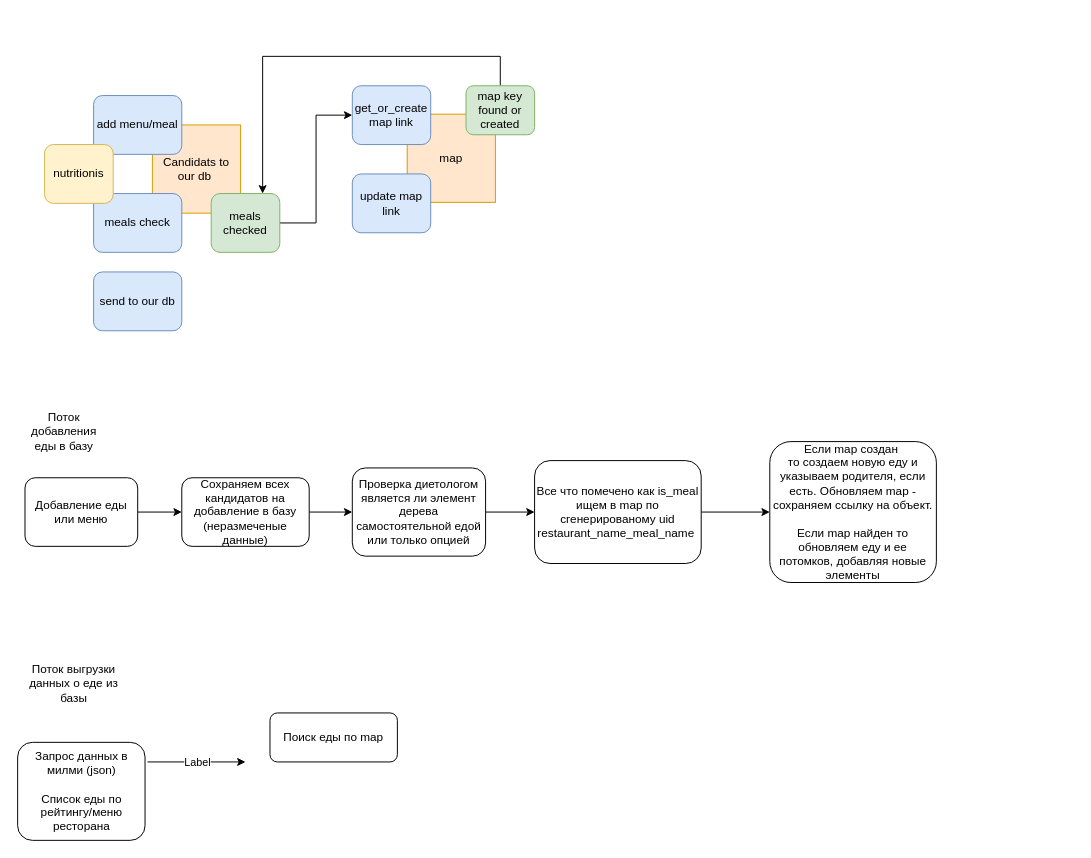
Above: mealme_input_maping.drawio in RXcor/mealmeflow (draw.io), before the change. Source tidied: cells renumbered, new cells numbered last; positions are measured from the earlier drawing's top-left corner, leaving out a move shared by most shapes. Both pictures are drawn from the tidied source at 98%, with x=0, y=0 at pixel (17, 56).
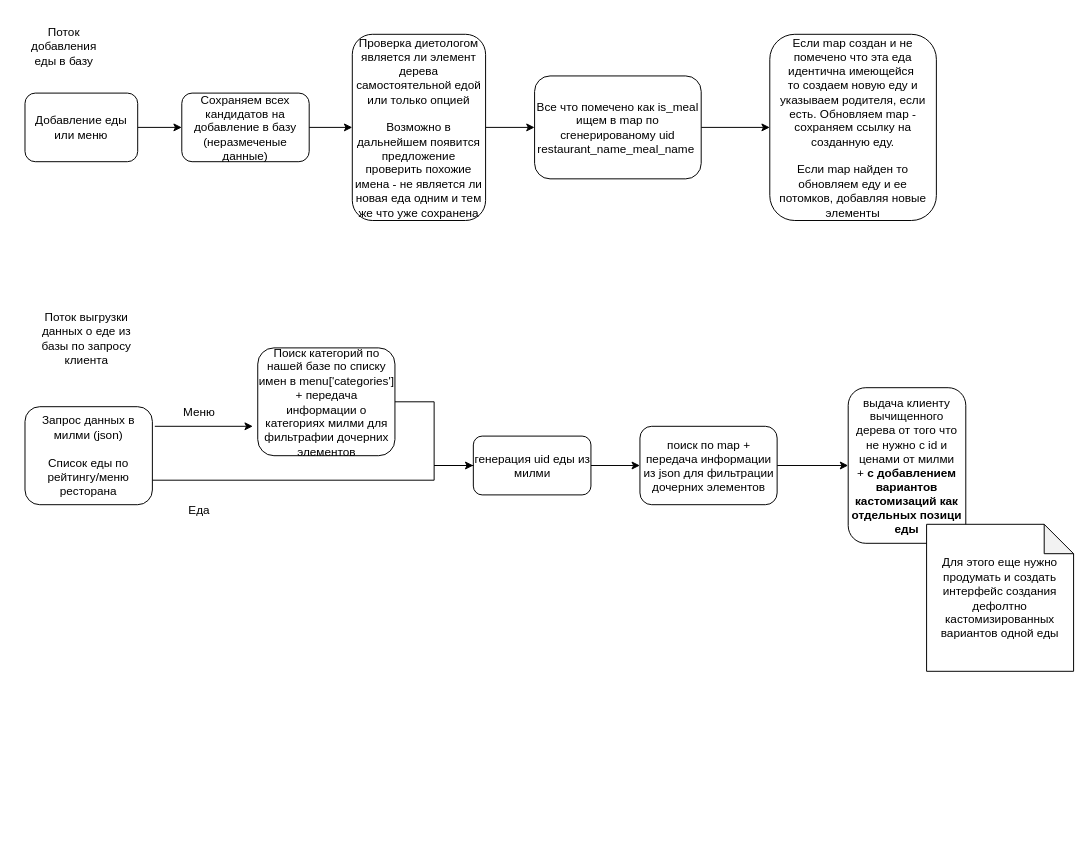
The same page after the edit.

The edit, as a diff of the source:
```diff
@@
-    <mxCell id="2" value="Candidats to our db&amp;nbsp;" style="whiteSpace=wrap;html=1;fillColor=#ffe6cc;strokeColor=#d79b00;" parent="1" vertex="1">
-      <mxGeometry x="138" y="70" width="90" height="90" as="geometry" />
-    </mxCell>
-    <mxCell id="3" value="add menu/meal" style="rounded=1;whiteSpace=wrap;html=1;fillColor=#dae8fc;strokeColor=#6c8ebf;" parent="1" vertex="1">
-      <mxGeometry x="78" y="40" width="90" height="60" as="geometry" />
-    </mxCell>
-    <mxCell id="4" style="edgeStyle=orthogonalEdgeStyle;rounded=0;jettySize=auto;html=1;entryX=0;entryY=0.5;entryDx=0;entryDy=0;" parent="1" edge="1" source="5" target="8">
-      <mxGeometry relative="1" as="geometry" />
-    </mxCell>
-    <mxCell id="5" value="meals checked" style="rounded=1;whiteSpace=wrap;html=1;fillColor=#d5e8d4;strokeColor=#82b366;" parent="1" vertex="1">
-      <mxGeometry x="198" y="140" width="70" height="60" as="geometry" />
-    </mxCell>
-    <mxCell id="6" value="meals check" style="rounded=1;whiteSpace=wrap;html=1;fillColor=#dae8fc;strokeColor=#6c8ebf;" parent="1" vertex="1">
-      <mxGeometry x="78" y="140" width="90" height="60" as="geometry" />
-    </mxCell>
-    <mxCell id="7" value="map" style="whiteSpace=wrap;html=1;fillColor=#ffe6cc;strokeColor=#d79b00;" parent="1" vertex="1">
-      <mxGeometry x="398" y="59" width="90" height="90" as="geometry" />
-    </mxCell>
-    <mxCell id="8" value="get_or_create map link" style="rounded=1;whiteSpace=wrap;html=1;fillColor=#dae8fc;strokeColor=#6c8ebf;" parent="1" vertex="1">
-      <mxGeometry x="342" y="30" width="80" height="60" as="geometry" />
-    </mxCell>
-    <mxCell id="9" style="edgeStyle=orthogonalEdgeStyle;rounded=0;orthogonalLoop=1;jettySize=auto;html=1;exitX=0.5;exitY=1;exitDx=0;exitDy=0;" parent="1" edge="1" source="8" target="8">
-      <mxGeometry relative="1" as="geometry" />
-    </mxCell>
-    <mxCell id="10" value="nutritionis" style="rounded=1;whiteSpace=wrap;html=1;fillColor=#fff2cc;strokeColor=#d6b656;" parent="1" vertex="1">
-      <mxGeometry x="28" y="90" width="70" height="60" as="geometry" />
-    </mxCell>
-    <mxCell id="11" style="edgeStyle=orthogonalEdgeStyle;rounded=0;jettySize=auto;html=1;entryX=0.75;entryY=0;entryDx=0;entryDy=0;" parent="1" edge="1" source="12" target="5">
-      <mxGeometry relative="1" as="geometry">
-        <Array as="points">
-          <mxPoint x="493" />
-          <mxPoint x="251" />
-        </Array>
-      </mxGeometry>
-    </mxCell>
-    <mxCell id="12" value="map key found or created" style="rounded=1;whiteSpace=wrap;html=1;fillColor=#d5e8d4;strokeColor=#82b366;" parent="1" vertex="1">
-      <mxGeometry x="458" y="30" width="70" height="50" as="geometry" />
-    </mxCell>
-    <mxCell id="13" value="send to our db" style="rounded=1;whiteSpace=wrap;html=1;fillColor=#dae8fc;strokeColor=#6c8ebf;" parent="1" vertex="1">
-      <mxGeometry x="78" y="220" width="90" height="60" as="geometry" />
-    </mxCell>
-    <mxCell id="14" value="update map link" style="rounded=1;whiteSpace=wrap;html=1;fillColor=#dae8fc;strokeColor=#6c8ebf;" parent="1" vertex="1">
-      <mxGeometry x="342" y="120" width="80" height="60" as="geometry" />
-    </mxCell>
@@
     <mxCell id="16" value="Добавление еды или меню" style="rounded=1;whiteSpace=wrap;html=1;" parent="1" vertex="1">
-      <mxGeometry x="8" y="430" width="115" height="70" as="geometry" />
+      <mxGeometry x="8" y="37.5" width="115" height="70" as="geometry" />
     </mxCell>
     <mxCell id="17" value="Сохраняем всех кандидатов на добавление в базу (неразмеченые данные)" style="rounded=1;whiteSpace=wrap;html=1;" parent="1" vertex="1">
-      <mxGeometry x="168" y="430" width="130" height="70" as="geometry" />
+      <mxGeometry x="168" y="37.5" width="130" height="70" as="geometry" />
     </mxCell>
@@
-    <mxCell id="19" value="Проверка диетологом&lt;br&gt;является ли элемент дерева самостоятельной едой или только опцией" style="rounded=1;whiteSpace=wrap;html=1;" parent="1" vertex="1">
-      <mxGeometry x="342" y="420" width="136" height="90" as="geometry" />
+    <mxCell id="19" value="Проверка диетологом&lt;br&gt;является ли элемент дерева самостоятельной едой или только опцией&lt;br&gt;&lt;br&gt;Возможно в дальнейшем появится предложение проверить похожие имена - не является ли новая еда одним и тем же что уже сохранена" style="rounded=1;whiteSpace=wrap;html=1;" parent="1" vertex="1">
+      <mxGeometry x="342" y="-22.5" width="136" height="190" as="geometry" />
     </mxCell>
@@
     <mxCell id="22" value="Все что помечено как is_meal ищем в map по сгенерированому uid restaurant_name_meal_name&amp;nbsp;&lt;br&gt;" style="rounded=1;whiteSpace=wrap;html=1;" parent="1" vertex="1">
-      <mxGeometry x="528" y="412.5" width="170" height="105" as="geometry" />
+      <mxGeometry x="528" y="20" width="170" height="105" as="geometry" />
     </mxCell>
-    <mxCell id="23" value="Если map создан&amp;nbsp;&lt;br&gt;то создаем новую еду и указываем родителя, если есть. Обновляем map - сохраняем ссылку на объект.&lt;br&gt;&lt;br&gt;Если map найден то обновляем еду и ее потомков, добавляя новые элементы" style="rounded=1;whiteSpace=wrap;html=1;" parent="1" vertex="1">
-      <mxGeometry x="768" y="393.1" width="170" height="143.8" as="geometry" />
+    <mxCell id="23" value="Если map создан и не помечено что эта еда идентична имеющейся&amp;nbsp;&lt;br&gt;то создаем новую еду и указываем родителя, если есть. Обновляем map - сохраняем ссылку на созданную еду.&lt;br&gt;&lt;br&gt;Если map найден то обновляем еду и ее потомков, добавляя новые элементы" style="rounded=1;whiteSpace=wrap;html=1;" parent="1" vertex="1">
+      <mxGeometry x="768" y="-22.5" width="170" height="190" as="geometry" />
     </mxCell>
     <mxCell id="24" value="Поток добавления еды в базу" style="text;html=1;strokeColor=none;fillColor=none;align=center;verticalAlign=middle;whiteSpace=wrap;rounded=0;" parent="1" vertex="1">
-      <mxGeometry x="8" y="352.5" width="80" height="60" as="geometry" />
+      <mxGeometry x="8" y="-40" width="80" height="60" as="geometry" />
     </mxCell>
-    <mxCell id="25" value="Поток выгрузки данных о еде из базы" style="text;html=1;strokeColor=none;fillColor=none;align=center;verticalAlign=middle;whiteSpace=wrap;rounded=0;" parent="1" vertex="1">
-      <mxGeometry x="8" y="610" width="100" height="60" as="geometry" />
+    <mxCell id="25" value="Поток выгрузки данных о еде из базы по запросу клиента" style="text;html=1;strokeColor=none;fillColor=none;align=center;verticalAlign=middle;whiteSpace=wrap;rounded=0;" parent="1" vertex="1">
+      <mxGeometry x="20.5" y="257.5" width="100" height="60" as="geometry" />
     </mxCell>
+    <mxCell id="31" style="edgeStyle=orthogonalEdgeStyle;rounded=0;jettySize=auto;html=1;exitX=1;exitY=0.75;exitDx=0;exitDy=0;" parent="1" edge="1" source="26">
+      <mxGeometry relative="1" as="geometry">
+        <mxPoint x="485.5" y="417.5" as="targetPoint" />
+        <Array as="points">
+          <mxPoint x="425.5" y="432.5" />
+          <mxPoint x="425.5" y="417.5" />
+        </Array>
+      </mxGeometry>
+    </mxCell>
     <mxCell id="26" value="Запрос данных в милми (json)&lt;br&gt;&lt;br&gt;Список еды по рейтингу/меню ресторана" style="rounded=1;whiteSpace=wrap;html=1;" parent="1" vertex="1">
-      <mxGeometry x="0.5" y="700" width="130" height="100" as="geometry" />
+      <mxGeometry x="8" y="357.5" width="130" height="100" as="geometry" />
     </mxCell>
-    <mxCell id="27" value="Поиск еды по map" style="rounded=1;whiteSpace=wrap;html=1;" parent="1" vertex="1">
-      <mxGeometry x="258" y="670" width="130" height="50" as="geometry" />
-    </mxCell>
-    <mxCell id="28" style="edgeStyle=orthogonalEdgeStyle;rounded=0;orthogonalLoop=1;jettySize=auto;html=1;exitX=0.5;exitY=1;exitDx=0;exitDy=0;" parent="1" edge="1" source="27" target="27">
-      <mxGeometry relative="1" as="geometry" />
+    <mxCell id="28" style="edgeStyle=orthogonalEdgeStyle;rounded=0;orthogonalLoop=1;jettySize=auto;html=1;exitX=0.5;exitY=1;exitDx=0;exitDy=0;" parent="1" edge="1">
+      <mxGeometry relative="1" as="geometry">
+        <mxPoint x="680.5" y="277.5" as="sourcePoint" />
+        <mxPoint x="680.5" y="277.5" as="targetPoint" />
+      </mxGeometry>
     </mxCell>
     <mxCell id="29" style="endArrow=classic;html=1;rounded=0;" parent="1" edge="1">
       <mxGeometry relative="1" as="geometry">
-        <mxPoint x="133" y="720" as="sourcePoint" />
-        <mxPoint x="233" y="720" as="targetPoint" />
+        <mxPoint x="140.5" y="377.5" as="sourcePoint" />
+        <mxPoint x="240.5" y="377.5" as="targetPoint" />
       </mxGeometry>
     </mxCell>
-    <mxCell id="30" value="Label" style="edgeLabel;html=1;align=center;verticalAlign=middle;" parent="29" vertex="1">
-      <mxGeometry relative="1" as="geometry" />
-    </mxCell>
+    <mxCell id="32" value="Меню" style="text;html=1;strokeColor=none;fillColor=none;align=center;verticalAlign=middle;whiteSpace=wrap;rounded=0;" parent="1" vertex="1">
+      <mxGeometry x="155.5" y="347.5" width="60" height="30" as="geometry" />
+    </mxCell>
+    <mxCell id="33" value="Еда" style="text;html=1;strokeColor=none;fillColor=none;align=center;verticalAlign=middle;whiteSpace=wrap;rounded=0;" parent="1" vertex="1">
+      <mxGeometry x="155.5" y="447.5" width="60" height="30" as="geometry" />
+    </mxCell>
+    <mxCell id="34" style="edgeStyle=orthogonalEdgeStyle;rounded=0;jettySize=auto;html=1;" parent="1" edge="1" source="35" target="37">
+      <mxGeometry relative="1" as="geometry" />
+    </mxCell>
+    <mxCell id="35" value="Поиск категорий по нашей базе по списку имен в menu['categories']&lt;br&gt;+ передача информации о категориях милми для фильтрафии дочерних элементов" style="rounded=1;whiteSpace=wrap;html=1;" parent="1" vertex="1">
+      <mxGeometry x="245.5" y="297.5" width="140" height="110" as="geometry" />
+    </mxCell>
+    <mxCell id="36" style="edgeStyle=orthogonalEdgeStyle;rounded=0;jettySize=auto;html=1;entryX=0;entryY=0.5;entryDx=0;entryDy=0;" parent="1" edge="1" source="37" target="39">
+      <mxGeometry relative="1" as="geometry" />
+    </mxCell>
+    <mxCell id="37" value="генерация uid еды из милми" style="whiteSpace=wrap;html=1;rounded=1;" parent="1" vertex="1">
+      <mxGeometry x="465.5" y="387.5" width="120" height="60" as="geometry" />
+    </mxCell>
+    <mxCell id="38" style="edgeStyle=orthogonalEdgeStyle;rounded=0;jettySize=auto;html=1;" parent="1" edge="1" source="39" target="40">
+      <mxGeometry relative="1" as="geometry" />
+    </mxCell>
+    <mxCell id="39" value="поиск по map + передача информации из json для фильтрации дочерних элементов" style="whiteSpace=wrap;html=1;rounded=1;" parent="1" vertex="1">
+      <mxGeometry x="635.5" y="377.5" width="140" height="80" as="geometry" />
+    </mxCell>
+    <mxCell id="40" value="выдача клиенту вычищенного дерева от того что не нужно с id и ценами от милми&lt;br&gt;+ &lt;b&gt;с добавлением вариантов кастомизаций как отдельных позици еды&lt;/b&gt;" style="whiteSpace=wrap;html=1;rounded=1;" parent="1" vertex="1">
+      <mxGeometry x="848" y="338.1" width="120" height="158.8" as="geometry" />
+    </mxCell>
+    <mxCell id="41" value="Для этого еще нужно продумать и создать интерфейс создания дефолтно кастомизированных вариантов одной еды" style="shape=note;whiteSpace=wrap;html=1;backgroundOutline=1;darkOpacity=0.05;" parent="1" vertex="1">
+      <mxGeometry x="928" y="477.5" width="150" height="150" as="geometry" />
+    </mxCell>
```
